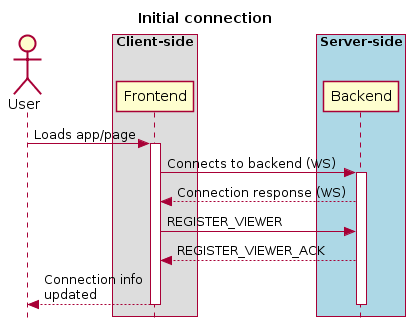
The PlantUML diagram docs/images/image5.png in CARTAvis/carta-protobuf, before a commit.
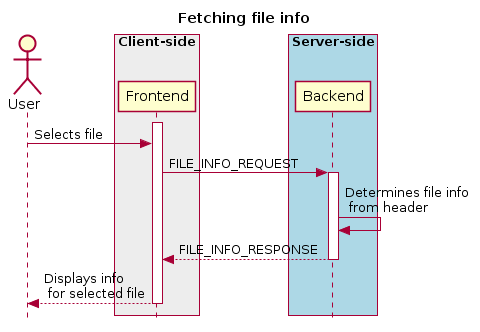
The same diagram one commit later.

Diff of the diagram source:
```diff
@@ -1,24 +1,23 @@
 @startuml
 skinparam style strictuml
 hide footbox
-title Initial connection
+title Fetching file info
 
 actor User
-box "Client-side"
+box "Client-side"  #EDEDED
 participant Frontend
 end box
 
 box "Server-side" #lightblue
 participant Backend
 end box
-User -> Frontend : Loads app/page
 activate Frontend
-Frontend -> Backend : Connects to backend (WS)
+User -> Frontend : Selects file
+Frontend -> Backend : FILE_INFO_REQUEST
 activate Backend
-Frontend <-- Backend : Connection response (WS)
-Frontend -> Backend : REGISTER_VIEWER
-Frontend <-- Backend : REGISTER_VIEWER_ACK
-User <-- Frontend : Connection info\nupdated
+Backend -> Backend : Determines file info\n from header
+Frontend <-- Backend : FILE_INFO_RESPONSE
+deactivate Backend
+User <-- Frontend : Displays info\n for selected file
 deactivate Frontend
-deactivate Backend
 @enduml
```
